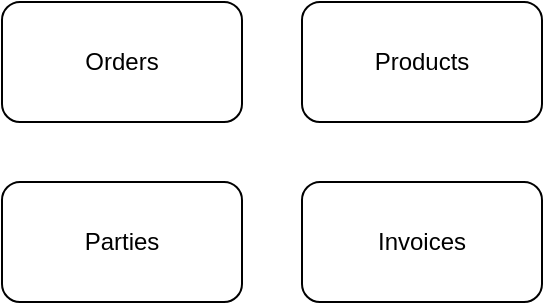
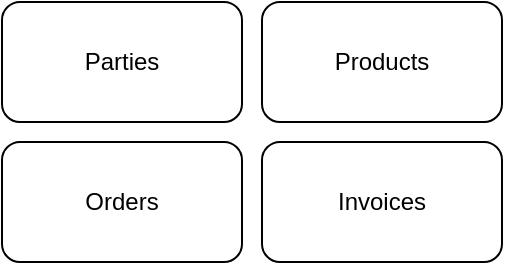
<mxfile host="app.diagrams.net" pages="2">
  <diagram name="ERP" id="1dGozrZbbg-b1558PS68">
-     <mxGraphModel dx="1414" dy="821" grid="1" gridSize="10" guides="1" tooltips="1" connect="1" arrows="1" fold="1" page="1" pageScale="1" pageWidth="850" pageHeight="1100" math="0" shadow="0">
+     <mxGraphModel dx="673" dy="391" grid="1" gridSize="10" guides="1" tooltips="1" connect="1" arrows="1" fold="1" page="1" pageScale="1" pageWidth="850" pageHeight="1100" math="0" shadow="0">
      <root>
        <mxCell id="0" />
        <mxCell id="1" parent="0" />
        <mxCell id="Cu73C0accCHV96dUy6MK-1" parent="1" style="rounded=1;whiteSpace=wrap;html=1;" value="Parties" vertex="1">
-           <mxGeometry height="60" width="120" x="250" y="300" as="geometry" />
+           <mxGeometry height="60" width="120" x="260" y="210" as="geometry" />
        </mxCell>
        <mxCell id="Cu73C0accCHV96dUy6MK-2" parent="1" style="rounded=1;whiteSpace=wrap;html=1;" value="Orders" vertex="1">
-           <mxGeometry height="60" width="120" x="250" y="210" as="geometry" />
+           <mxGeometry height="60" width="120" x="260" y="280" as="geometry" />
        </mxCell>
        <mxCell id="Cu73C0accCHV96dUy6MK-3" parent="1" style="rounded=1;whiteSpace=wrap;html=1;" value="Products" vertex="1">
-           <mxGeometry height="60" width="120" x="400" y="210" as="geometry" />
+           <mxGeometry height="60" width="120" x="390" y="210" as="geometry" />
        </mxCell>
        <mxCell id="Cu73C0accCHV96dUy6MK-4" parent="1" style="rounded=1;whiteSpace=wrap;html=1;" value="Invoices" vertex="1">
-           <mxGeometry height="60" width="120" x="400" y="300" as="geometry" />
+           <mxGeometry height="60" width="120" x="390" y="280" as="geometry" />
        </mxCell>
      </root>
    </mxGraphModel>
  </diagram>
  <diagram id="zFk7fF187ZyAKbubGscW" name="Parties">
    <mxGraphModel dx="3875" dy="2363" grid="1" gridSize="10" guides="1" tooltips="1" connect="1" arrows="1" fold="1" page="1" pageScale="1" pageWidth="850" pageHeight="1100" math="0" shadow="0">
      <root>
        <mxCell id="0" />
        <mxCell id="1" parent="0" />
        <mxCell id="RsXIA-GkZSuqD9qvixf9-38" edge="1" parent="1" source="RsXIA-GkZSuqD9qvixf9-27" style="edgeStyle=orthogonalEdgeStyle;rounded=0;orthogonalLoop=1;jettySize=auto;html=1;endArrow=ERone;endFill=0;startArrow=ERzeroToMany;startFill=0;" target="PULm32-483bZ5G5xLR3R-1">
          <mxGeometry relative="1" as="geometry">
            <mxPoint x="570" y="200" as="targetPoint" />
          </mxGeometry>
        </mxCell>
        <mxCell id="PULm32-483bZ5G5xLR3R-1" parent="1" style="swimlane;fontStyle=0;childLayout=stackLayout;horizontal=1;startSize=26;fillColor=none;horizontalStack=0;resizeParent=1;resizeParentMax=0;resizeLast=0;collapsible=1;marginBottom=0;whiteSpace=wrap;html=1;" value="Parties" vertex="1">
          <mxGeometry height="78" width="180" x="340" y="30" as="geometry" />
        </mxCell>
        <mxCell id="PULm32-483bZ5G5xLR3R-2" parent="PULm32-483bZ5G5xLR3R-1" style="text;strokeColor=none;fillColor=none;align=left;verticalAlign=top;spacingLeft=4;spacingRight=4;overflow=hidden;rotatable=0;points=[[0,0.5],[1,0.5]];portConstraint=eastwest;whiteSpace=wrap;html=1;" value="# Id: guid" vertex="1">
          <mxGeometry height="26" width="180" y="26" as="geometry" />
        </mxCell>
        <mxCell id="PULm32-483bZ5G5xLR3R-3" parent="PULm32-483bZ5G5xLR3R-1" style="text;strokeColor=none;fillColor=none;align=left;verticalAlign=top;spacingLeft=4;spacingRight=4;overflow=hidden;rotatable=0;points=[[0,0.5],[1,0.5]];portConstraint=eastwest;whiteSpace=wrap;html=1;" value="o Description: string(300)" vertex="1">
          <mxGeometry height="26" width="180" y="52" as="geometry" />
        </mxCell>
        <mxCell id="RsXIA-GkZSuqD9qvixf9-4" edge="1" parent="1" source="PULm32-483bZ5G5xLR3R-5" style="edgeStyle=orthogonalEdgeStyle;rounded=0;orthogonalLoop=1;jettySize=auto;html=1;endArrow=ERone;endFill=0;startArrow=ERoneToMany;startFill=0;" target="PULm32-483bZ5G5xLR3R-1">
          <mxGeometry relative="1" as="geometry" />
        </mxCell>
        <mxCell id="PULm32-483bZ5G5xLR3R-5" parent="1" style="swimlane;fontStyle=0;childLayout=stackLayout;horizontal=1;startSize=26;fillColor=none;horizontalStack=0;resizeParent=1;resizeParentMax=0;resizeLast=0;collapsible=1;marginBottom=0;whiteSpace=wrap;html=1;" value="PartyRoles" vertex="1">
          <mxGeometry height="130" width="170" x="80" y="4" as="geometry" />
        </mxCell>
        <mxCell id="PULm32-483bZ5G5xLR3R-6" parent="PULm32-483bZ5G5xLR3R-5" style="text;strokeColor=none;fillColor=none;align=left;verticalAlign=top;spacingLeft=4;spacingRight=4;overflow=hidden;rotatable=0;points=[[0,0.5],[1,0.5]];portConstraint=eastwest;whiteSpace=wrap;html=1;" value="# Id: guid" vertex="1">
          <mxGeometry height="26" width="170" y="26" as="geometry" />
        </mxCell>
        <mxCell id="PULm32-483bZ5G5xLR3R-7" parent="PULm32-483bZ5G5xLR3R-5" style="text;strokeColor=none;fillColor=none;align=left;verticalAlign=top;spacingLeft=4;spacingRight=4;overflow=hidden;rotatable=0;points=[[0,0.5],[1,0.5]];portConstraint=eastwest;whiteSpace=wrap;html=1;" value="* Description: string(300)" vertex="1">
          <mxGeometry height="26" width="170" y="52" as="geometry" />
        </mxCell>
        <mxCell id="RsXIA-GkZSuqD9qvixf9-2" parent="PULm32-483bZ5G5xLR3R-5" style="text;strokeColor=none;fillColor=none;align=left;verticalAlign=top;spacingLeft=4;spacingRight=4;overflow=hidden;rotatable=0;points=[[0,0.5],[1,0.5]];portConstraint=eastwest;whiteSpace=wrap;html=1;" value="* EffectiveDate: DateOnly" vertex="1">
          <mxGeometry height="26" width="170" y="78" as="geometry" />
        </mxCell>
        <mxCell id="RsXIA-GkZSuqD9qvixf9-3" parent="PULm32-483bZ5G5xLR3R-5" style="text;strokeColor=none;fillColor=none;align=left;verticalAlign=top;spacingLeft=4;spacingRight=4;overflow=hidden;rotatable=0;points=[[0,0.5],[1,0.5]];portConstraint=eastwest;whiteSpace=wrap;html=1;" value="* ExpiryDate: DateOnly" vertex="1">
          <mxGeometry height="26" width="170" y="104" as="geometry" />
        </mxCell>
        <mxCell id="PULm32-483bZ5G5xLR3R-12" edge="1" parent="1" source="PULm32-483bZ5G5xLR3R-9" style="edgeStyle=orthogonalEdgeStyle;rounded=0;orthogonalLoop=1;jettySize=auto;html=1;endArrow=ERzeroToMany;endFill=0;startArrow=ERone;startFill=0;" target="PULm32-483bZ5G5xLR3R-5">
          <mxGeometry relative="1" as="geometry" />
        </mxCell>
        <mxCell id="PULm32-483bZ5G5xLR3R-9" parent="1" style="swimlane;fontStyle=0;childLayout=stackLayout;horizontal=1;startSize=26;fillColor=none;horizontalStack=0;resizeParent=1;resizeParentMax=0;resizeLast=0;collapsible=1;marginBottom=0;whiteSpace=wrap;html=1;" value="PartyRoleTypes" vertex="1">
          <mxGeometry height="78" width="170" x="-170" y="30" as="geometry" />
        </mxCell>
        <mxCell id="PULm32-483bZ5G5xLR3R-10" parent="PULm32-483bZ5G5xLR3R-9" style="text;strokeColor=none;fillColor=none;align=left;verticalAlign=top;spacingLeft=4;spacingRight=4;overflow=hidden;rotatable=0;points=[[0,0.5],[1,0.5]];portConstraint=eastwest;whiteSpace=wrap;html=1;" value="# Id: guid" vertex="1">
          <mxGeometry height="26" width="170" y="26" as="geometry" />
        </mxCell>
        <mxCell id="PULm32-483bZ5G5xLR3R-11" parent="PULm32-483bZ5G5xLR3R-9" style="text;strokeColor=none;fillColor=none;align=left;verticalAlign=top;spacingLeft=4;spacingRight=4;overflow=hidden;rotatable=0;points=[[0,0.5],[1,0.5]];portConstraint=eastwest;whiteSpace=wrap;html=1;" value="* Code: string(50)" vertex="1">
          <mxGeometry height="26" width="170" y="52" as="geometry" />
        </mxCell>
        <mxCell id="RsXIA-GkZSuqD9qvixf9-1" edge="1" parent="1" source="n5bHQcU1tqpc8jvGUDYd-1" style="rounded=0;orthogonalLoop=1;jettySize=auto;html=1;endArrow=none;endFill=0;dashed=1;" target="PULm32-483bZ5G5xLR3R-9">
          <mxGeometry relative="1" as="geometry" />
        </mxCell>
        <mxCell id="n5bHQcU1tqpc8jvGUDYd-1" parent="1" style="text;html=1;whiteSpace=wrap;overflow=hidden;rounded=0;" value="&lt;h1 style=&quot;margin-top: 0px;&quot;&gt;Nursing Home Roles&lt;/h1&gt;&lt;li data-section-id=&quot;rs22er&quot; data-start=&quot;983&quot; data-end=&quot;998&quot;&gt;Administrator&lt;span aria-hidden=&quot;true&quot; class=&quot;PDq2pG_selectionAnchor&quot;&gt;&lt;/span&gt;&lt;br&gt;&lt;/li&gt;&lt;li data-section-id=&quot;1n7flta&quot; data-start=&quot;999&quot; data-end=&quot;1013&quot;&gt;&lt;br&gt;Care Manager&lt;br&gt;&lt;/li&gt;&lt;li data-section-id=&quot;16vik3b&quot; data-start=&quot;1014&quot; data-end=&quot;1021&quot;&gt;&lt;br&gt;Nurse&lt;br&gt;&lt;/li&gt;&lt;li data-section-id=&quot;19c0t82&quot; data-start=&quot;1022&quot; data-end=&quot;1033&quot;&gt;&lt;br&gt;Caregiver&lt;br&gt;&lt;/li&gt;&lt;li data-section-id=&quot;128ccwm&quot; data-start=&quot;1034&quot; data-end=&quot;1045&quot;&gt;&lt;br&gt;Physician&lt;br&gt;&lt;/li&gt;&lt;li data-section-id=&quot;q8vo76&quot; data-start=&quot;1046&quot; data-end=&quot;1058&quot;&gt;&lt;br&gt;Pharmacist&lt;br&gt;&lt;/li&gt;&lt;li data-section-id=&quot;frve7j&quot; data-start=&quot;1059&quot; data-end=&quot;1070&quot;&gt;&lt;br&gt;Dietitian&lt;br&gt;&lt;/li&gt;&lt;li data-section-id=&quot;1dv9aig&quot; data-start=&quot;1071&quot; data-end=&quot;1090&quot;&gt;&lt;br&gt;&lt;strong data-start=&quot;1073&quot; data-end=&quot;1090&quot;&gt;Kitchen Staff&lt;/strong&gt;&lt;br&gt;&lt;/li&gt;&lt;li data-section-id=&quot;1tk1rm9&quot; data-start=&quot;1091&quot; data-end=&quot;1115&quot;&gt;&lt;br&gt;&lt;strong data-start=&quot;1093&quot; data-end=&quot;1115&quot;&gt;Housekeeping Staff&lt;/strong&gt;&lt;br&gt;&lt;/li&gt;&lt;li data-section-id=&quot;1vzqzr3&quot; data-start=&quot;1116&quot; data-end=&quot;1151&quot;&gt;&lt;br&gt;Maintenance Staff (ช่างซ่อมบำรุง)&lt;br&gt;&lt;/li&gt;&lt;li data-section-id=&quot;c3lr10&quot; data-start=&quot;1152&quot; data-end=&quot;1183&quot;&gt;&lt;br&gt;Laundry Staff (พนักงานซักรีด)&lt;br&gt;&lt;/li&gt;&lt;li data-section-id=&quot;137qxep&quot; data-start=&quot;1184&quot; data-end=&quot;1215&quot;&gt;&lt;br&gt;Receptionist (พนักงานต้อนรับ)&lt;/li&gt;&lt;p&gt;Patient&lt;br&gt;&lt;/p&gt;&lt;li data-section-id=&quot;1t4zfl2&quot; data-start=&quot;1216&quot; data-end=&quot;1262&quot;&gt;Security Guard (เจ้าหน้าที่รักษาความปลอดภัย)&lt;/li&gt;&lt;p&gt;&lt;span style=&quot;background-color: transparent; color: light-dark(rgb(0, 0, 0), rgb(255, 255, 255));&quot;&gt;&lt;br&gt;&lt;/span&gt;&lt;/p&gt;" vertex="1">
          <mxGeometry height="449" width="280" x="-640" y="-279" as="geometry" />
        </mxCell>
        <mxCell id="RsXIA-GkZSuqD9qvixf9-8" edge="1" parent="1" source="RsXIA-GkZSuqD9qvixf9-5" style="edgeStyle=orthogonalEdgeStyle;rounded=0;orthogonalLoop=1;jettySize=auto;html=1;endArrow=block;endFill=0;" target="PULm32-483bZ5G5xLR3R-1">
          <mxGeometry relative="1" as="geometry" />
        </mxCell>
        <mxCell id="RsXIA-GkZSuqD9qvixf9-5" parent="1" style="swimlane;fontStyle=0;childLayout=stackLayout;horizontal=1;startSize=26;fillColor=none;horizontalStack=0;resizeParent=1;resizeParentMax=0;resizeLast=0;collapsible=1;marginBottom=0;whiteSpace=wrap;html=1;" value="People" vertex="1">
          <mxGeometry height="104" width="180" x="220" y="230" as="geometry" />
        </mxCell>
        <mxCell id="RsXIA-GkZSuqD9qvixf9-6" parent="RsXIA-GkZSuqD9qvixf9-5" style="text;strokeColor=none;fillColor=none;align=left;verticalAlign=top;spacingLeft=4;spacingRight=4;overflow=hidden;rotatable=0;points=[[0,0.5],[1,0.5]];portConstraint=eastwest;whiteSpace=wrap;html=1;" value="# Id: guid" vertex="1">
          <mxGeometry height="26" width="180" y="26" as="geometry" />
        </mxCell>
        <mxCell id="RsXIA-GkZSuqD9qvixf9-7" parent="RsXIA-GkZSuqD9qvixf9-5" style="text;strokeColor=none;fillColor=none;align=left;verticalAlign=top;spacingLeft=4;spacingRight=4;overflow=hidden;rotatable=0;points=[[0,0.5],[1,0.5]];portConstraint=eastwest;whiteSpace=wrap;html=1;" value="o DateOfBirth : DateOnly" vertex="1">
          <mxGeometry height="26" width="180" y="52" as="geometry" />
        </mxCell>
        <mxCell id="RsXIA-GkZSuqD9qvixf9-9" parent="RsXIA-GkZSuqD9qvixf9-5" style="text;strokeColor=none;fillColor=none;align=left;verticalAlign=top;spacingLeft=4;spacingRight=4;overflow=hidden;rotatable=0;points=[[0,0.5],[1,0.5]];portConstraint=eastwest;whiteSpace=wrap;html=1;" value="o Gender : string(5)" vertex="1">
          <mxGeometry height="26" width="180" y="78" as="geometry" />
        </mxCell>
        <mxCell id="RsXIA-GkZSuqD9qvixf9-14" edge="1" parent="1" source="RsXIA-GkZSuqD9qvixf9-10" style="edgeStyle=orthogonalEdgeStyle;rounded=0;orthogonalLoop=1;jettySize=auto;html=1;endArrow=ERone;endFill=0;startArrow=ERzeroToMany;startFill=0;" target="RsXIA-GkZSuqD9qvixf9-5">
          <mxGeometry relative="1" as="geometry" />
        </mxCell>
        <mxCell id="RsXIA-GkZSuqD9qvixf9-26" edge="1" parent="1" source="RsXIA-GkZSuqD9qvixf9-10" style="edgeStyle=orthogonalEdgeStyle;rounded=0;orthogonalLoop=1;jettySize=auto;html=1;endArrow=ERone;endFill=0;startArrow=ERzeroToMany;startFill=0;" target="RsXIA-GkZSuqD9qvixf9-18">
          <mxGeometry relative="1" as="geometry" />
        </mxCell>
        <mxCell id="RsXIA-GkZSuqD9qvixf9-10" parent="1" style="swimlane;fontStyle=0;childLayout=stackLayout;horizontal=1;startSize=26;fillColor=none;horizontalStack=0;resizeParent=1;resizeParentMax=0;resizeLast=0;collapsible=1;marginBottom=0;whiteSpace=wrap;html=1;" value="PersonNames" vertex="1">
          <mxGeometry height="182" width="180" x="-30" y="191" as="geometry" />
        </mxCell>
        <mxCell id="RsXIA-GkZSuqD9qvixf9-11" parent="RsXIA-GkZSuqD9qvixf9-10" style="text;strokeColor=none;fillColor=none;align=left;verticalAlign=top;spacingLeft=4;spacingRight=4;overflow=hidden;rotatable=0;points=[[0,0.5],[1,0.5]];portConstraint=eastwest;whiteSpace=wrap;html=1;" value="# Id: guid" vertex="1">
          <mxGeometry height="26" width="180" y="26" as="geometry" />
        </mxCell>
        <mxCell id="RsXIA-GkZSuqD9qvixf9-12" parent="RsXIA-GkZSuqD9qvixf9-10" style="text;strokeColor=none;fillColor=none;align=left;verticalAlign=top;spacingLeft=4;spacingRight=4;overflow=hidden;rotatable=0;points=[[0,0.5],[1,0.5]];portConstraint=eastwest;whiteSpace=wrap;html=1;" value="* FirstName : string (500)" vertex="1">
          <mxGeometry height="26" width="180" y="52" as="geometry" />
        </mxCell>
        <mxCell id="RsXIA-GkZSuqD9qvixf9-13" parent="RsXIA-GkZSuqD9qvixf9-10" style="text;strokeColor=none;fillColor=none;align=left;verticalAlign=top;spacingLeft=4;spacingRight=4;overflow=hidden;rotatable=0;points=[[0,0.5],[1,0.5]];portConstraint=eastwest;whiteSpace=wrap;html=1;" value="* LastName: string (500)" vertex="1">
          <mxGeometry height="26" width="180" y="78" as="geometry" />
        </mxCell>
        <mxCell id="RsXIA-GkZSuqD9qvixf9-15" parent="RsXIA-GkZSuqD9qvixf9-10" style="text;strokeColor=none;fillColor=none;align=left;verticalAlign=top;spacingLeft=4;spacingRight=4;overflow=hidden;rotatable=0;points=[[0,0.5],[1,0.5]];portConstraint=eastwest;whiteSpace=wrap;html=1;" value="o MidleName: string (500)" vertex="1">
          <mxGeometry height="26" width="180" y="104" as="geometry" />
        </mxCell>
        <mxCell id="RsXIA-GkZSuqD9qvixf9-16" parent="RsXIA-GkZSuqD9qvixf9-10" style="text;strokeColor=none;fillColor=none;align=left;verticalAlign=top;spacingLeft=4;spacingRight=4;overflow=hidden;rotatable=0;points=[[0,0.5],[1,0.5]];portConstraint=eastwest;whiteSpace=wrap;html=1;" value="* EffectiveDate: DateOnly" vertex="1">
          <mxGeometry height="26" width="180" y="130" as="geometry" />
        </mxCell>
        <mxCell id="RsXIA-GkZSuqD9qvixf9-17" parent="RsXIA-GkZSuqD9qvixf9-10" style="text;strokeColor=none;fillColor=none;align=left;verticalAlign=top;spacingLeft=4;spacingRight=4;overflow=hidden;rotatable=0;points=[[0,0.5],[1,0.5]];portConstraint=eastwest;whiteSpace=wrap;html=1;" value="* ExpiryDate: DateOnly" vertex="1">
          <mxGeometry height="26" width="180" y="156" as="geometry" />
        </mxCell>
        <mxCell id="RsXIA-GkZSuqD9qvixf9-18" parent="1" style="swimlane;fontStyle=0;childLayout=stackLayout;horizontal=1;startSize=26;fillColor=none;horizontalStack=0;resizeParent=1;resizeParentMax=0;resizeLast=0;collapsible=1;marginBottom=0;whiteSpace=wrap;html=1;" value="Languages" vertex="1">
          <mxGeometry height="78" width="180" x="-300" y="243" as="geometry" />
        </mxCell>
        <mxCell id="RsXIA-GkZSuqD9qvixf9-19" parent="RsXIA-GkZSuqD9qvixf9-18" style="text;strokeColor=none;fillColor=none;align=left;verticalAlign=top;spacingLeft=4;spacingRight=4;overflow=hidden;rotatable=0;points=[[0,0.5],[1,0.5]];portConstraint=eastwest;whiteSpace=wrap;html=1;" value="# Id: guid" vertex="1">
          <mxGeometry height="26" width="180" y="26" as="geometry" />
        </mxCell>
        <mxCell id="RsXIA-GkZSuqD9qvixf9-20" parent="RsXIA-GkZSuqD9qvixf9-18" style="text;strokeColor=none;fillColor=none;align=left;verticalAlign=top;spacingLeft=4;spacingRight=4;overflow=hidden;rotatable=0;points=[[0,0.5],[1,0.5]];portConstraint=eastwest;whiteSpace=wrap;html=1;" value="* Code: string (3)" vertex="1">
          <mxGeometry height="26" width="180" y="52" as="geometry" />
        </mxCell>
        <mxCell id="RsXIA-GkZSuqD9qvixf9-39" edge="1" parent="1" source="RsXIA-GkZSuqD9qvixf9-27" style="edgeStyle=orthogonalEdgeStyle;rounded=0;orthogonalLoop=1;jettySize=auto;html=1;endArrow=ERone;endFill=0;startArrow=ERzeroToMany;startFill=0;" target="RsXIA-GkZSuqD9qvixf9-35">
          <mxGeometry relative="1" as="geometry" />
        </mxCell>
        <mxCell id="RsXIA-GkZSuqD9qvixf9-27" parent="1" style="swimlane;fontStyle=0;childLayout=stackLayout;horizontal=1;startSize=26;fillColor=none;horizontalStack=0;resizeParent=1;resizeParentMax=0;resizeLast=0;collapsible=1;marginBottom=0;whiteSpace=wrap;html=1;" value="PartyIdentities" vertex="1">
          <mxGeometry height="130" width="180" x="760" y="4" as="geometry" />
        </mxCell>
        <mxCell id="RsXIA-GkZSuqD9qvixf9-28" parent="RsXIA-GkZSuqD9qvixf9-27" style="text;strokeColor=none;fillColor=none;align=left;verticalAlign=top;spacingLeft=4;spacingRight=4;overflow=hidden;rotatable=0;points=[[0,0.5],[1,0.5]];portConstraint=eastwest;whiteSpace=wrap;html=1;" value="# Id: guid" vertex="1">
          <mxGeometry height="26" width="180" y="26" as="geometry" />
        </mxCell>
        <mxCell id="RsXIA-GkZSuqD9qvixf9-77" parent="RsXIA-GkZSuqD9qvixf9-27" style="text;strokeColor=none;fillColor=none;align=left;verticalAlign=top;spacingLeft=4;spacingRight=4;overflow=hidden;rotatable=0;points=[[0,0.5],[1,0.5]];portConstraint=eastwest;whiteSpace=wrap;html=1;" value="* Value: string (30)" vertex="1">
          <mxGeometry height="26" width="180" y="52" as="geometry" />
        </mxCell>
        <mxCell id="RsXIA-GkZSuqD9qvixf9-32" parent="RsXIA-GkZSuqD9qvixf9-27" style="text;strokeColor=none;fillColor=none;align=left;verticalAlign=top;spacingLeft=4;spacingRight=4;overflow=hidden;rotatable=0;points=[[0,0.5],[1,0.5]];portConstraint=eastwest;whiteSpace=wrap;html=1;" value="* EffectiveDate: DateOnly" vertex="1">
          <mxGeometry height="26" width="180" y="78" as="geometry" />
        </mxCell>
        <mxCell id="RsXIA-GkZSuqD9qvixf9-33" parent="RsXIA-GkZSuqD9qvixf9-27" style="text;strokeColor=none;fillColor=none;align=left;verticalAlign=top;spacingLeft=4;spacingRight=4;overflow=hidden;rotatable=0;points=[[0,0.5],[1,0.5]];portConstraint=eastwest;whiteSpace=wrap;html=1;" value="* ExpiryDate: DateOnly" vertex="1">
          <mxGeometry height="26" width="180" y="104" as="geometry" />
        </mxCell>
        <mxCell id="RsXIA-GkZSuqD9qvixf9-42" edge="1" parent="1" source="RsXIA-GkZSuqD9qvixf9-35" style="rounded=0;orthogonalLoop=1;jettySize=auto;html=1;endArrow=none;endFill=0;dashed=1;" target="RsXIA-GkZSuqD9qvixf9-41">
          <mxGeometry relative="1" as="geometry" />
        </mxCell>
        <mxCell id="RsXIA-GkZSuqD9qvixf9-35" parent="1" style="swimlane;fontStyle=0;childLayout=stackLayout;horizontal=1;startSize=26;fillColor=none;horizontalStack=0;resizeParent=1;resizeParentMax=0;resizeLast=0;collapsible=1;marginBottom=0;whiteSpace=wrap;html=1;" value="PartyIdentityTypes" vertex="1">
          <mxGeometry height="78" width="150" x="1040" y="30" as="geometry" />
        </mxCell>
        <mxCell id="RsXIA-GkZSuqD9qvixf9-36" parent="RsXIA-GkZSuqD9qvixf9-35" style="text;strokeColor=none;fillColor=none;align=left;verticalAlign=top;spacingLeft=4;spacingRight=4;overflow=hidden;rotatable=0;points=[[0,0.5],[1,0.5]];portConstraint=eastwest;whiteSpace=wrap;html=1;" value="# Id: guid" vertex="1">
          <mxGeometry height="26" width="150" y="26" as="geometry" />
        </mxCell>
        <mxCell id="RsXIA-GkZSuqD9qvixf9-37" parent="RsXIA-GkZSuqD9qvixf9-35" style="text;strokeColor=none;fillColor=none;align=left;verticalAlign=top;spacingLeft=4;spacingRight=4;overflow=hidden;rotatable=0;points=[[0,0.5],[1,0.5]];portConstraint=eastwest;whiteSpace=wrap;html=1;" value="* Code: string(50)" vertex="1">
          <mxGeometry height="26" width="150" y="52" as="geometry" />
        </mxCell>
        <mxCell id="RsXIA-GkZSuqD9qvixf9-41" parent="1" style="text;html=1;whiteSpace=wrap;overflow=hidden;rounded=0;" value="&lt;h1 style=&quot;margin-top: 0px;&quot;&gt;Identity Types&lt;/h1&gt;&lt;p&gt;Citizen ID / Passport&lt;/p&gt;&lt;p&gt;License No&lt;/p&gt;&lt;p&gt;Tax Id&lt;/p&gt;&lt;p&gt;&lt;br&gt;&lt;/p&gt;" vertex="1">
          <mxGeometry height="120" width="180" x="1280" y="-40" as="geometry" />
        </mxCell>
        <mxCell id="RsXIA-GkZSuqD9qvixf9-43" parent="1" style="swimlane;fontStyle=0;childLayout=stackLayout;horizontal=1;startSize=26;fillColor=none;horizontalStack=0;resizeParent=1;resizeParentMax=0;resizeLast=0;collapsible=1;marginBottom=0;whiteSpace=wrap;html=1;" value="Countries" vertex="1">
          <mxGeometry height="78" width="180" x="770" y="-172" as="geometry" />
        </mxCell>
        <mxCell id="RsXIA-GkZSuqD9qvixf9-44" parent="RsXIA-GkZSuqD9qvixf9-43" style="text;strokeColor=none;fillColor=none;align=left;verticalAlign=top;spacingLeft=4;spacingRight=4;overflow=hidden;rotatable=0;points=[[0,0.5],[1,0.5]];portConstraint=eastwest;whiteSpace=wrap;html=1;" value="# Id: guid" vertex="1">
          <mxGeometry height="26" width="180" y="26" as="geometry" />
        </mxCell>
        <mxCell id="RsXIA-GkZSuqD9qvixf9-45" parent="RsXIA-GkZSuqD9qvixf9-43" style="text;strokeColor=none;fillColor=none;align=left;verticalAlign=top;spacingLeft=4;spacingRight=4;overflow=hidden;rotatable=0;points=[[0,0.5],[1,0.5]];portConstraint=eastwest;whiteSpace=wrap;html=1;" value="* Code: string (10)" vertex="1">
          <mxGeometry height="26" width="180" y="52" as="geometry" />
        </mxCell>
        <mxCell id="RsXIA-GkZSuqD9qvixf9-51" edge="1" parent="1" source="RsXIA-GkZSuqD9qvixf9-27" style="edgeStyle=orthogonalEdgeStyle;rounded=0;orthogonalLoop=1;jettySize=auto;html=1;endArrow=ERzeroToOne;endFill=0;startArrow=ERzeroToMany;startFill=0;" target="RsXIA-GkZSuqD9qvixf9-43">
          <mxGeometry relative="1" as="geometry">
            <Array as="points">
              <mxPoint x="870" y="-120" />
              <mxPoint x="870" y="-120" />
            </Array>
            <mxPoint x="960.0000000000005" y="-131" as="sourcePoint" />
            <mxPoint x="1090" y="-50" as="targetPoint" />
          </mxGeometry>
        </mxCell>
        <mxCell id="RsXIA-GkZSuqD9qvixf9-52" parent="1" style="swimlane;fontStyle=0;childLayout=stackLayout;horizontal=1;startSize=26;fillColor=none;horizontalStack=0;resizeParent=1;resizeParentMax=0;resizeLast=0;collapsible=1;marginBottom=0;whiteSpace=wrap;html=1;" value="Organizations" vertex="1">
          <mxGeometry height="78" width="180" x="515" y="230" as="geometry" />
        </mxCell>
        <mxCell id="RsXIA-GkZSuqD9qvixf9-53" parent="RsXIA-GkZSuqD9qvixf9-52" style="text;strokeColor=none;fillColor=none;align=left;verticalAlign=top;spacingLeft=4;spacingRight=4;overflow=hidden;rotatable=0;points=[[0,0.5],[1,0.5]];portConstraint=eastwest;whiteSpace=wrap;html=1;" value="# Id: guid" vertex="1">
          <mxGeometry height="26" width="180" y="26" as="geometry" />
        </mxCell>
        <mxCell id="RsXIA-GkZSuqD9qvixf9-54" parent="RsXIA-GkZSuqD9qvixf9-52" style="text;strokeColor=none;fillColor=none;align=left;verticalAlign=top;spacingLeft=4;spacingRight=4;overflow=hidden;rotatable=0;points=[[0,0.5],[1,0.5]];portConstraint=eastwest;whiteSpace=wrap;html=1;" value="* Name: string (200)" vertex="1">
          <mxGeometry height="26" width="180" y="52" as="geometry" />
        </mxCell>
        <mxCell id="RsXIA-GkZSuqD9qvixf9-56" edge="1" parent="1" source="RsXIA-GkZSuqD9qvixf9-52" style="edgeStyle=orthogonalEdgeStyle;rounded=0;orthogonalLoop=1;jettySize=auto;html=1;endArrow=block;endFill=0;" target="PULm32-483bZ5G5xLR3R-1">
          <mxGeometry relative="1" as="geometry">
            <Array as="points">
              <mxPoint x="605" y="169" />
              <mxPoint x="430" y="169" />
            </Array>
            <mxPoint x="580" y="282" as="sourcePoint" />
            <mxPoint x="700" y="160" as="targetPoint" />
          </mxGeometry>
        </mxCell>
        <mxCell id="RsXIA-GkZSuqD9qvixf9-57" parent="1" style="swimlane;fontStyle=0;childLayout=stackLayout;horizontal=1;startSize=26;fillColor=none;horizontalStack=0;resizeParent=1;resizeParentMax=0;resizeLast=0;collapsible=1;marginBottom=0;whiteSpace=wrap;html=1;" value="Titles" vertex="1">
          <mxGeometry height="78" width="180" x="310" y="-250" as="geometry" />
        </mxCell>
        <mxCell id="RsXIA-GkZSuqD9qvixf9-58" parent="RsXIA-GkZSuqD9qvixf9-57" style="text;strokeColor=none;fillColor=none;align=left;verticalAlign=top;spacingLeft=4;spacingRight=4;overflow=hidden;rotatable=0;points=[[0,0.5],[1,0.5]];portConstraint=eastwest;whiteSpace=wrap;html=1;" value="# Id: guid" vertex="1">
          <mxGeometry height="26" width="180" y="26" as="geometry" />
        </mxCell>
        <mxCell id="RsXIA-GkZSuqD9qvixf9-59" parent="RsXIA-GkZSuqD9qvixf9-57" style="text;strokeColor=none;fillColor=none;align=left;verticalAlign=top;spacingLeft=4;spacingRight=4;overflow=hidden;rotatable=0;points=[[0,0.5],[1,0.5]];portConstraint=eastwest;whiteSpace=wrap;html=1;" value="* Name: string(300)" vertex="1">
          <mxGeometry height="26" width="180" y="52" as="geometry" />
        </mxCell>
        <mxCell id="RsXIA-GkZSuqD9qvixf9-61" edge="1" parent="1" source="PULm32-483bZ5G5xLR3R-1" style="edgeStyle=orthogonalEdgeStyle;rounded=0;orthogonalLoop=1;jettySize=auto;html=1;endArrow=ERone;endFill=0;startArrow=ERzeroToMany;startFill=0;" target="RsXIA-GkZSuqD9qvixf9-57">
          <mxGeometry relative="1" as="geometry">
            <Array as="points">
              <mxPoint x="430" y="-200" />
              <mxPoint x="430" y="-200" />
            </Array>
            <mxPoint x="600" y="-40" as="sourcePoint" />
            <mxPoint x="690" y="-40" as="targetPoint" />
          </mxGeometry>
        </mxCell>
        <mxCell id="RsXIA-GkZSuqD9qvixf9-62" parent="1" style="swimlane;fontStyle=0;childLayout=stackLayout;horizontal=1;startSize=26;fillColor=none;horizontalStack=0;resizeParent=1;resizeParentMax=0;resizeLast=0;collapsible=1;marginBottom=0;whiteSpace=wrap;html=1;" value="LanguageTitles" vertex="1">
          <mxGeometry height="78" width="180" x="20" y="-250" as="geometry" />
        </mxCell>
        <mxCell id="RsXIA-GkZSuqD9qvixf9-63" parent="RsXIA-GkZSuqD9qvixf9-62" style="text;strokeColor=none;fillColor=none;align=left;verticalAlign=top;spacingLeft=4;spacingRight=4;overflow=hidden;rotatable=0;points=[[0,0.5],[1,0.5]];portConstraint=eastwest;whiteSpace=wrap;html=1;" value="# Id: guid" vertex="1">
          <mxGeometry height="26" width="180" y="26" as="geometry" />
        </mxCell>
        <mxCell id="RsXIA-GkZSuqD9qvixf9-64" parent="RsXIA-GkZSuqD9qvixf9-62" style="text;strokeColor=none;fillColor=none;align=left;verticalAlign=top;spacingLeft=4;spacingRight=4;overflow=hidden;rotatable=0;points=[[0,0.5],[1,0.5]];portConstraint=eastwest;whiteSpace=wrap;html=1;" value="* Name: string(300)" vertex="1">
          <mxGeometry height="26" width="180" y="52" as="geometry" />
        </mxCell>
        <mxCell id="RsXIA-GkZSuqD9qvixf9-66" edge="1" parent="1" source="RsXIA-GkZSuqD9qvixf9-62" style="edgeStyle=orthogonalEdgeStyle;rounded=0;orthogonalLoop=1;jettySize=auto;html=1;endArrow=ERone;endFill=0;startArrow=ERzeroToMany;startFill=0;" target="RsXIA-GkZSuqD9qvixf9-18">
          <mxGeometry relative="1" as="geometry">
            <mxPoint x="30" y="-140" as="sourcePoint" />
            <mxPoint x="-60" y="-140" as="targetPoint" />
          </mxGeometry>
        </mxCell>
        <mxCell id="RsXIA-GkZSuqD9qvixf9-67" edge="1" parent="1" source="RsXIA-GkZSuqD9qvixf9-62" style="edgeStyle=orthogonalEdgeStyle;rounded=0;orthogonalLoop=1;jettySize=auto;html=1;endArrow=ERone;endFill=0;startArrow=ERzeroToMany;startFill=0;" target="RsXIA-GkZSuqD9qvixf9-57">
          <mxGeometry relative="1" as="geometry">
            <Array as="points">
              <mxPoint x="270" y="-211" />
              <mxPoint x="390" y="-210" />
            </Array>
            <mxPoint x="260" y="26" as="sourcePoint" />
            <mxPoint x="260" y="-80" as="targetPoint" />
          </mxGeometry>
        </mxCell>
        <mxCell id="RsXIA-GkZSuqD9qvixf9-68" parent="1" style="swimlane;fontStyle=0;childLayout=stackLayout;horizontal=1;startSize=26;fillColor=none;horizontalStack=0;resizeParent=1;resizeParentMax=0;resizeLast=0;collapsible=1;marginBottom=0;whiteSpace=wrap;html=1;" value="PartyTypes" vertex="1">
          <mxGeometry height="78" width="170" x="525" y="-92" as="geometry" />
        </mxCell>
        <mxCell id="RsXIA-GkZSuqD9qvixf9-69" parent="RsXIA-GkZSuqD9qvixf9-68" style="text;strokeColor=none;fillColor=none;align=left;verticalAlign=top;spacingLeft=4;spacingRight=4;overflow=hidden;rotatable=0;points=[[0,0.5],[1,0.5]];portConstraint=eastwest;whiteSpace=wrap;html=1;" value="# Id: guid" vertex="1">
          <mxGeometry height="26" width="170" y="26" as="geometry" />
        </mxCell>
        <mxCell id="RsXIA-GkZSuqD9qvixf9-70" parent="RsXIA-GkZSuqD9qvixf9-68" style="text;strokeColor=none;fillColor=none;align=left;verticalAlign=top;spacingLeft=4;spacingRight=4;overflow=hidden;rotatable=0;points=[[0,0.5],[1,0.5]];portConstraint=eastwest;whiteSpace=wrap;html=1;" value="* Code: string(50)" vertex="1">
          <mxGeometry height="26" width="170" y="52" as="geometry" />
        </mxCell>
        <mxCell id="RsXIA-GkZSuqD9qvixf9-71" edge="1" parent="1" source="PULm32-483bZ5G5xLR3R-1" style="edgeStyle=orthogonalEdgeStyle;rounded=0;orthogonalLoop=1;jettySize=auto;html=1;endArrow=ERone;endFill=0;startArrow=ERzeroToMany;startFill=0;" target="RsXIA-GkZSuqD9qvixf9-68">
          <mxGeometry relative="1" as="geometry">
            <Array as="points">
              <mxPoint x="470" y="-40" />
            </Array>
            <mxPoint x="540" y="180" as="sourcePoint" />
            <mxPoint x="540" y="-9" as="targetPoint" />
          </mxGeometry>
        </mxCell>
        <mxCell id="RsXIA-GkZSuqD9qvixf9-72" edge="1" parent="1" source="RsXIA-GkZSuqD9qvixf9-57" style="edgeStyle=orthogonalEdgeStyle;rounded=0;orthogonalLoop=1;jettySize=auto;html=1;endArrow=ERone;endFill=0;startArrow=ERzeroToMany;startFill=0;" target="RsXIA-GkZSuqD9qvixf9-68">
          <mxGeometry relative="1" as="geometry">
            <Array as="points" />
            <mxPoint x="610" y="-150" as="sourcePoint" />
            <mxPoint x="665" y="-240" as="targetPoint" />
          </mxGeometry>
        </mxCell>
        <mxCell id="RsXIA-GkZSuqD9qvixf9-73" edge="1" parent="1" source="PULm32-483bZ5G5xLR3R-5" style="edgeStyle=orthogonalEdgeStyle;rounded=0;orthogonalLoop=1;jettySize=auto;html=1;endArrow=ERone;endFill=0;startArrow=ERzeroToMany;startFill=0;" target="RsXIA-GkZSuqD9qvixf9-68">
          <mxGeometry relative="1" as="geometry">
            <Array as="points">
              <mxPoint x="160" y="-70" />
            </Array>
            <mxPoint x="240" y="20" as="sourcePoint" />
            <mxPoint x="295" y="-50" as="targetPoint" />
          </mxGeometry>
        </mxCell>
        <mxCell id="RsXIA-GkZSuqD9qvixf9-74" parent="1" style="text;html=1;whiteSpace=wrap;overflow=hidden;rounded=0;" value="&lt;h1 style=&quot;margin-top: 0px;&quot;&gt;Organization Roles&lt;/h1&gt;&lt;li data-section-id=&quot;rs22er&quot; data-start=&quot;983&quot; data-end=&quot;998&quot;&gt;OrganizationType&lt;/li&gt;&lt;li data-section-id=&quot;rs22er&quot; data-start=&quot;983&quot; data-end=&quot;998&quot;&gt;----------------&lt;/li&gt;&lt;li data-section-id=&quot;rs22er&quot; data-start=&quot;983&quot; data-end=&quot;998&quot;&gt;NURSING_HOME&lt;/li&gt;&lt;li data-section-id=&quot;rs22er&quot; data-start=&quot;983&quot; data-end=&quot;998&quot;&gt;HOSPITAL&lt;/li&gt;&lt;li data-section-id=&quot;rs22er&quot; data-start=&quot;983&quot; data-end=&quot;998&quot;&gt;CLINIC&lt;/li&gt;&lt;li data-section-id=&quot;rs22er&quot; data-start=&quot;983&quot; data-end=&quot;998&quot;&gt;REHABILITATION_CENTER&lt;/li&gt;&lt;li data-section-id=&quot;rs22er&quot; data-start=&quot;983&quot; data-end=&quot;998&quot;&gt;HOME_CARE_AGENCY&lt;/li&gt;&lt;li data-section-id=&quot;rs22er&quot; data-start=&quot;983&quot; data-end=&quot;998&quot;&gt;HOSPICE&lt;/li&gt;&lt;li data-section-id=&quot;rs22er&quot; data-start=&quot;983&quot; data-end=&quot;998&quot;&gt;PHARMACY&lt;/li&gt;&lt;li data-section-id=&quot;rs22er&quot; data-start=&quot;983&quot; data-end=&quot;998&quot;&gt;LABORATORY&lt;/li&gt;&lt;li data-section-id=&quot;rs22er&quot; data-start=&quot;983&quot; data-end=&quot;998&quot;&gt;IMAGING_CENTER&lt;/li&gt;&lt;li data-section-id=&quot;rs22er&quot; data-start=&quot;983&quot; data-end=&quot;998&quot;&gt;EMS&lt;/li&gt;&lt;li data-section-id=&quot;rs22er&quot; data-start=&quot;983&quot; data-end=&quot;998&quot;&gt;INSURANCE_COMPANY&lt;/li&gt;&lt;li data-section-id=&quot;rs22er&quot; data-start=&quot;983&quot; data-end=&quot;998&quot;&gt;SUPPLIER&lt;/li&gt;&lt;li data-section-id=&quot;rs22er&quot; data-start=&quot;983&quot; data-end=&quot;998&quot;&gt;FOOD_SERVICE&lt;/li&gt;&lt;li data-section-id=&quot;rs22er&quot; data-start=&quot;983&quot; data-end=&quot;998&quot;&gt;LAUNDRY_SERVICE&lt;/li&gt;&lt;li data-section-id=&quot;rs22er&quot; data-start=&quot;983&quot; data-end=&quot;998&quot;&gt;CLEANING_SERVICE&lt;/li&gt;&lt;li data-section-id=&quot;rs22er&quot; data-start=&quot;983&quot; data-end=&quot;998&quot;&gt;TRANSPORTATION_PROVIDER&lt;/li&gt;&lt;li data-section-id=&quot;rs22er&quot; data-start=&quot;983&quot; data-end=&quot;998&quot;&gt;GOVERNMENT_AGENCY&lt;/li&gt;&lt;li data-section-id=&quot;rs22er&quot; data-start=&quot;983&quot; data-end=&quot;998&quot;&gt;NON_PROFIT&lt;/li&gt;&lt;li data-section-id=&quot;rs22er&quot; data-start=&quot;983&quot; data-end=&quot;998&quot;&gt;OTHER&lt;/li&gt;&lt;p&gt;&lt;span style=&quot;background-color: transparent; color: light-dark(rgb(0, 0, 0), rgb(255, 255, 255));&quot;&gt;&lt;br&gt;&lt;/span&gt;&lt;/p&gt;" vertex="1">
          <mxGeometry height="379" width="280" x="-930" y="-279" as="geometry" />
        </mxCell>
      </root>
    </mxGraphModel>
  </diagram>
</mxfile>
